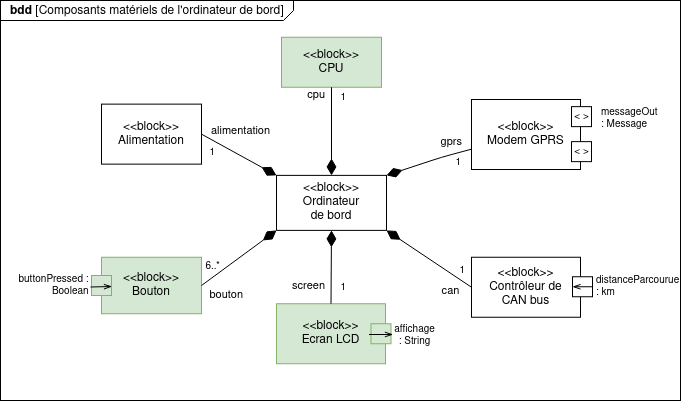
Above: presentation/slide2.2.png in Dalker/ISI-mobility (draw.io), before the change. Source tidied: cells renumbered, new cells last; positions are measured from the earlier drawing's top-left corner, leaving out a move shared by most shapes.
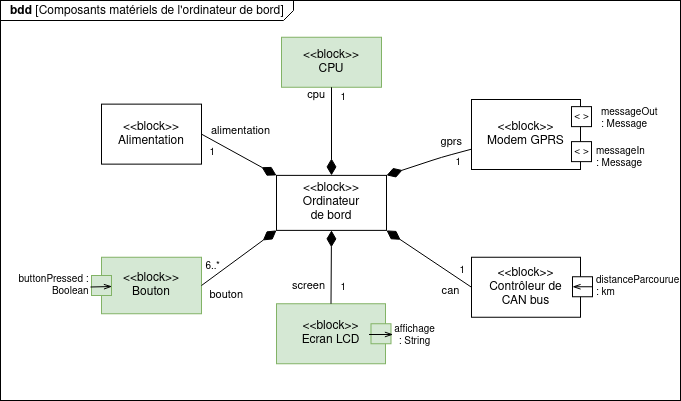
After the change.

What changed in the source:
```diff
@@ -114,5 +114,8 @@
         <mxPoint x="111.5" y="286" as="targetPoint" />
       </mxGeometry>
     </mxCell>
+    <mxCell id="31" value="&lt;div&gt;messageIn&lt;br&gt;&lt;/div&gt;&lt;div&gt;: Message&lt;br&gt;&lt;/div&gt;" style="text;html=1;align=left;verticalAlign=middle;labelBackgroundColor=#ffffff;fontSize=10;spacing=2;spacingLeft=-6;spacingRight=0;spacingTop=0;spacingBottom=4;" parent="1" vertex="1">
+      <mxGeometry x="600" y="158.1" as="geometry" />
+    </mxCell>
   </root>
 </mxGraphModel>
```
